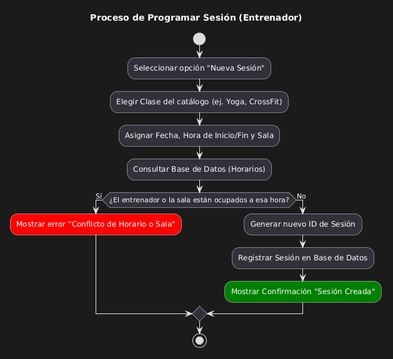
The PlantUML diagram docs/diagramasUML/DiagramaActividades/Actividad_Progamar_Sesion.png in FerminGarridoMartinDAM/ProyectoInterModular1DAMAppGimnasio, before a commit.
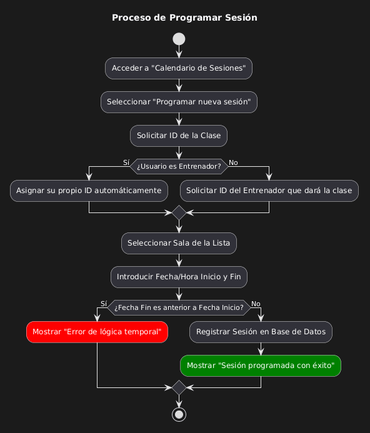
The same diagram one commit later.

Change to the diagram source:
```diff
@@ -1,20 +1,26 @@
 @startuml
-title Proceso de Programar Sesión (Entrenador)
+title Proceso de Programar Sesión
 
 start
 
-:Seleccionar opción "Nueva Sesión";
-:Elegir Clase del catálogo (ej. Yoga, CrossFit);
-:Asignar Fecha, Hora de Inicio/Fin y Sala;
+:Acceder a "Calendario de Sesiones";
+:Seleccionar "Programar nueva sesión";
+:Solicitar ID de la Clase;
 
-:Consultar Base de Datos (Horarios);
+if (¿Usuario es Entrenador?) then (Sí)
+  :Asignar su propio ID automáticamente;
+else (No)
+  :Solicitar ID del Entrenador que dará la clase;
+endif
 
-if (¿El entrenador o la sala están ocupados a esa hora?) then (Sí)
-  :Mostrar error "Conflicto de Horario o Sala"; <<#red>>
+:Seleccionar Sala de la Lista;
+:Introducir Fecha/Hora Inicio y Fin;
+
+if (¿Fecha Fin es anterior a Fecha Inicio?) then (Sí)
+  :Mostrar "Error de lógica temporal"; <<#red>>
 else (No)
-  :Generar nuevo ID de Sesión;
   :Registrar Sesión en Base de Datos;
-  :Mostrar Confirmación "Sesión Creada"; <<#green>>
+  :Mostrar "Sesión programada con éxito"; <<#green>>
 endif
 
 stop
```
